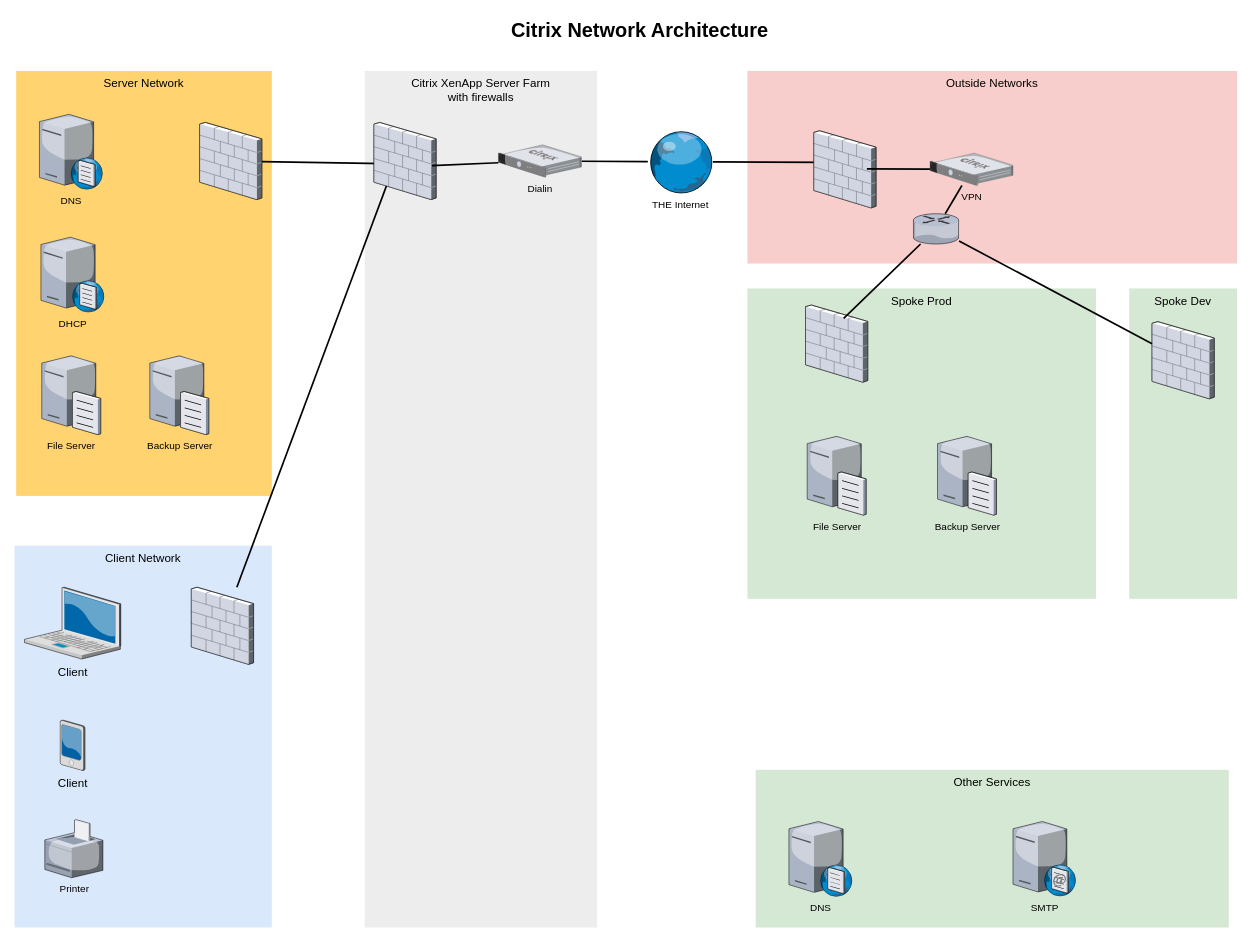
This is deploy/infrastructure.drawio from bboortz/monorepo, a draw.io file, before an edit. Source tidied: cells renumbered, new cells numbered last; positions are measured from the earlier drawing's top-left corner, leaving out a move shared by most shapes. Both pictures are drawn from the tidied source at 83%, with x=0, y=0 at pixel (14, 14).
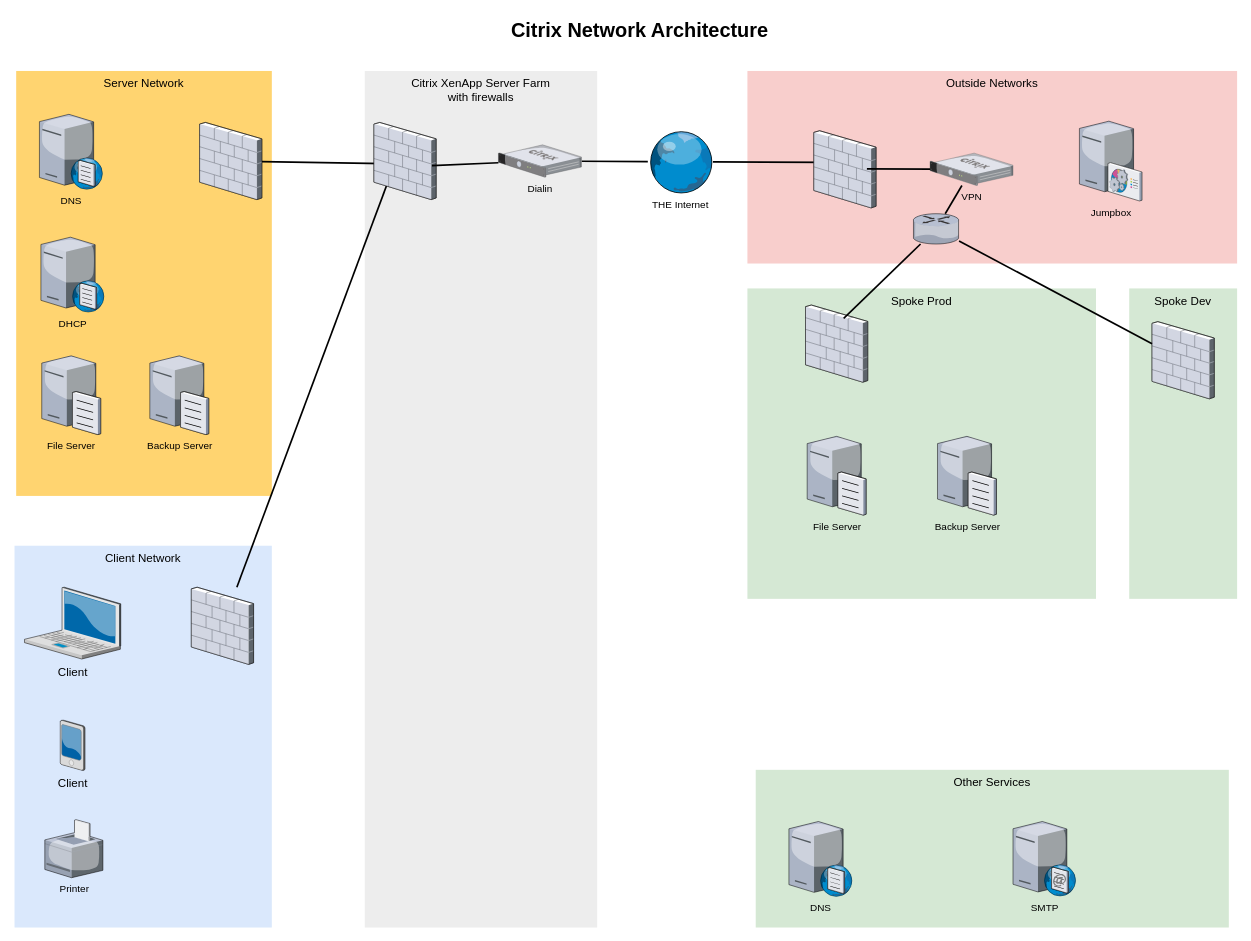
The same page after the edit.

The edit, as a diff of the source:
```diff
@@
+    <mxCell id="40" value="Jumpbox" style="verticalLabelPosition=bottom;sketch=0;html=1;verticalAlign=top;strokeColor=none;align=center;shape=mxgraph.citrix.command_center;" parent="1" vertex="1">
+      <mxGeometry x="1283" y="128.5" width="75.5" height="96" as="geometry" />
+    </mxCell>
```
